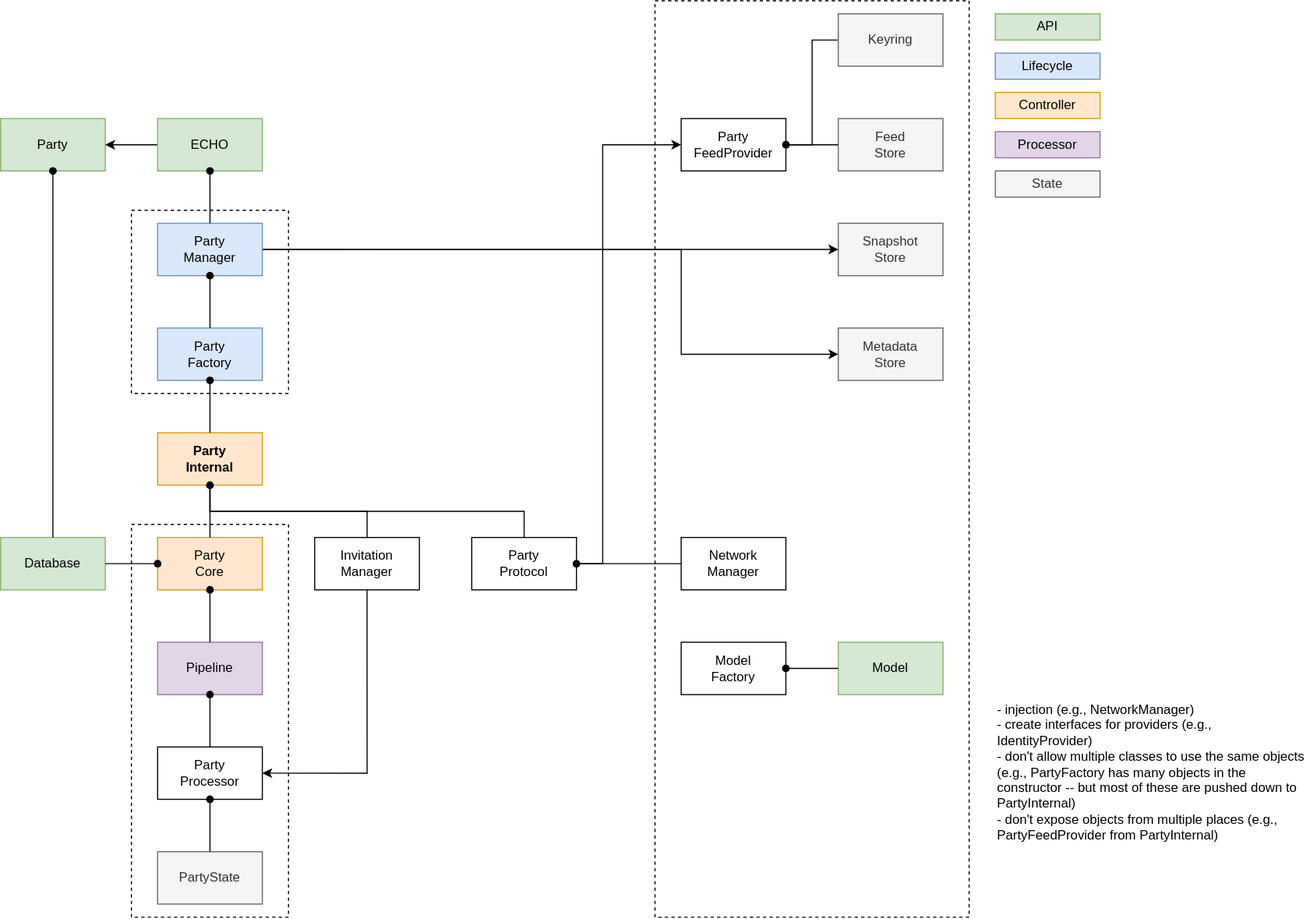
This is docs/assets/diagrams/echo-db.drawio.svg from dxos/dxos, a draw.io export, as it was before one commit. Source tidied: cells renumbered, new cells last; positions are measured from the earlier drawing's top-left corner, leaving out a move shared by most shapes.
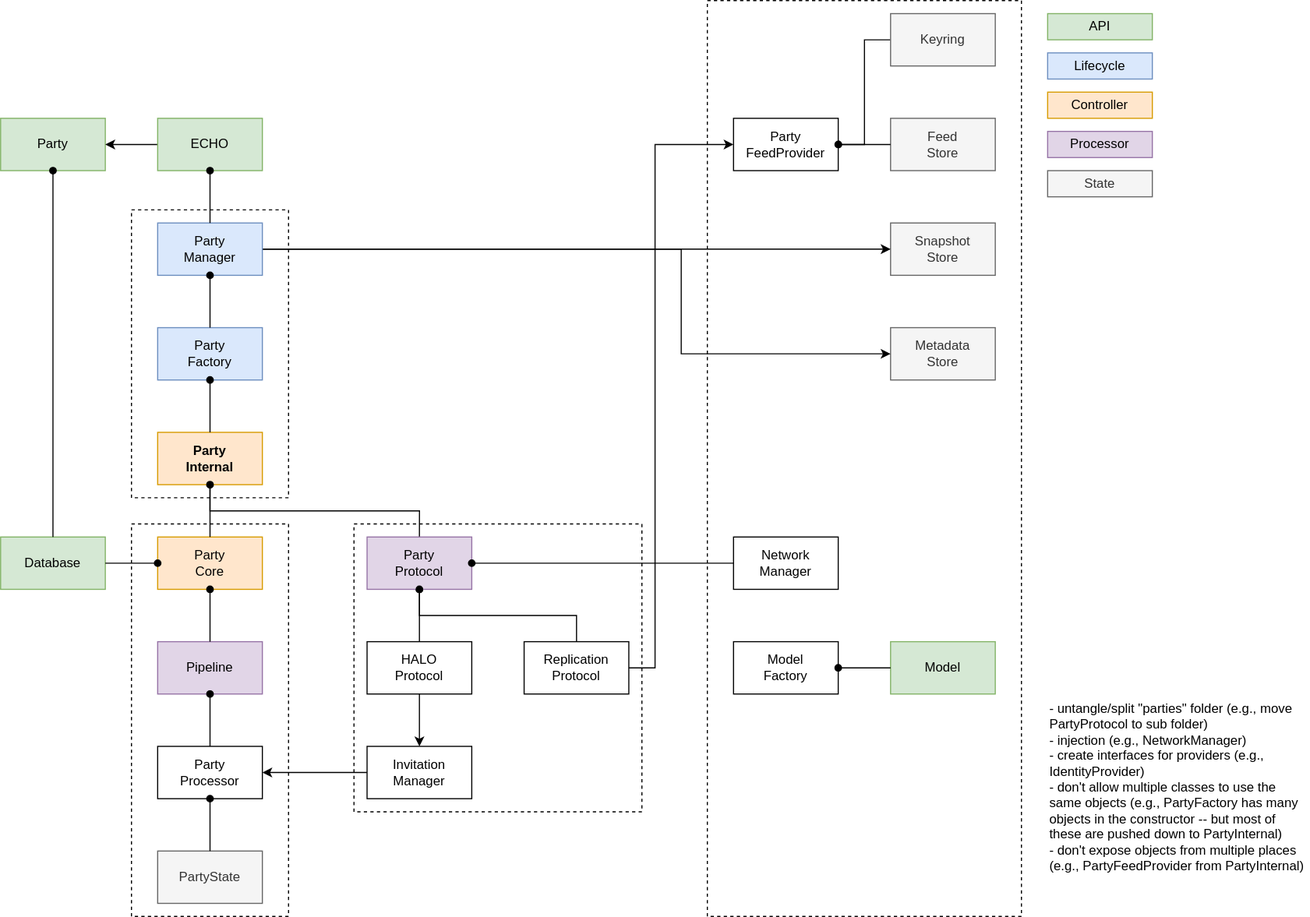
The same file after the commit.

The edit, as a diff of the source:
```diff
@@ -3,16 +3,16 @@
     <mxCell id="0" />
     <mxCell id="1" parent="0" />
     <mxCell id="2" value="Party&lt;br&gt;Core" style="rounded=0;whiteSpace=wrap;html=1;fillColor=#ffe6cc;strokeColor=#d79b00;" parent="1" vertex="1">
-      <mxGeometry x="144" y="492" width="96" height="48" as="geometry" />
+      <mxGeometry x="96" y="492" width="96" height="48" as="geometry" />
     </mxCell>
     <mxCell id="3" value="Database" style="rounded=0;whiteSpace=wrap;html=1;fillColor=#d5e8d4;strokeColor=#82b366;" parent="1" vertex="1">
-      <mxGeometry y="492" width="96" height="48" as="geometry" />
+      <mxGeometry x="-48" y="492" width="96" height="48" as="geometry" />
     </mxCell>
     <mxCell id="4" value="Snapshot&lt;br&gt;Store" style="rounded=0;whiteSpace=wrap;html=1;fillColor=#f5f5f5;fontColor=#333333;strokeColor=#666666;" parent="1" vertex="1">
       <mxGeometry x="768" y="204" width="96" height="48" as="geometry" />
     </mxCell>
     <mxCell id="5" value="Party&lt;br&gt;Processor" style="rounded=0;whiteSpace=wrap;html=1;" parent="1" vertex="1">
-      <mxGeometry x="144" y="684" width="96" height="48" as="geometry" />
+      <mxGeometry x="96" y="684" width="96" height="48" as="geometry" />
     </mxCell>
     <mxCell id="6" style="edgeStyle=orthogonalEdgeStyle;rounded=0;jettySize=auto;html=1;exitX=1;exitY=0.5;exitDx=0;exitDy=0;entryX=0;entryY=0.5;entryDx=0;entryDy=0;startArrow=oval;startFill=1;endArrow=none;endFill=0;" parent="1" edge="1" source="7" target="21">
       <mxGeometry relative="1" as="geometry" />
@@ -21,42 +21,48 @@
       <mxGeometry x="624" y="108" width="96" height="48" as="geometry" />
     </mxCell>
     <mxCell id="8" value="Pipeline" style="rounded=0;whiteSpace=wrap;html=1;fillColor=#e1d5e7;strokeColor=#9673a6;" parent="1" vertex="1">
-      <mxGeometry x="144" y="588" width="96" height="48" as="geometry" />
+      <mxGeometry x="96" y="588" width="96" height="48" as="geometry" />
     </mxCell>
     <mxCell id="9" value="Party" style="rounded=0;whiteSpace=wrap;html=1;fillColor=#d5e8d4;strokeColor=#82b366;" parent="1" vertex="1">
-      <mxGeometry y="108" width="96" height="48" as="geometry" />
+      <mxGeometry x="-48" y="108" width="96" height="48" as="geometry" />
     </mxCell>
     <mxCell id="10" value="Party&lt;br&gt;Factory&lt;br&gt;" style="rounded=0;whiteSpace=wrap;html=1;fillColor=#dae8fc;strokeColor=#6c8ebf;" parent="1" vertex="1">
-      <mxGeometry x="144" y="300" width="96" height="48" as="geometry" />
+      <mxGeometry x="96" y="300" width="96" height="48" as="geometry" />
     </mxCell>
-    <mxCell id="11" style="edgeStyle=orthogonalEdgeStyle;rounded=0;jettySize=auto;html=1;exitX=0.5;exitY=1;exitDx=0;exitDy=0;startArrow=oval;startFill=1;endArrow=none;endFill=0;" parent="1" edge="1" source="13" target="16">
-      <mxGeometry relative="1" as="geometry" />
-    </mxCell>
     <mxCell id="12" style="edgeStyle=orthogonalEdgeStyle;rounded=0;jettySize=auto;html=1;exitX=0.5;exitY=1;exitDx=0;exitDy=0;entryX=0.5;entryY=0;entryDx=0;entryDy=0;startArrow=oval;startFill=1;endArrow=none;endFill=0;" parent="1" edge="1" source="13" target="18">
       <mxGeometry relative="1" as="geometry" />
     </mxCell>
     <mxCell id="13" value="Party&lt;br&gt;Internal" style="rounded=0;whiteSpace=wrap;html=1;fontStyle=1;fillColor=#ffe6cc;strokeColor=#d79b00;" parent="1" vertex="1">
-      <mxGeometry x="144" y="396" width="96" height="48" as="geometry" />
+      <mxGeometry x="96" y="396" width="96" height="48" as="geometry" />
     </mxCell>
     <mxCell id="14" style="edgeStyle=orthogonalEdgeStyle;rounded=0;jettySize=auto;html=1;exitX=0.5;exitY=1;exitDx=0;exitDy=0;startArrow=oval;startFill=1;endArrow=none;endFill=0;" parent="1" edge="1" source="13" target="2">
       <mxGeometry relative="1" as="geometry" />
     </mxCell>
-    <mxCell id="15" style="edgeStyle=orthogonalEdgeStyle;rounded=0;jettySize=auto;html=1;exitX=0.5;exitY=1;exitDx=0;exitDy=0;entryX=1;entryY=0.5;entryDx=0;entryDy=0;startArrow=none;startFill=0;endArrow=classic;endFill=1;" parent="1" edge="1" source="16" target="5">
+    <mxCell id="15" style="edgeStyle=orthogonalEdgeStyle;rounded=0;jettySize=auto;html=1;entryX=1;entryY=0.5;entryDx=0;entryDy=0;startArrow=none;startFill=0;endArrow=classic;endFill=1;" parent="1" edge="1" source="16" target="5">
       <mxGeometry relative="1" as="geometry" />
     </mxCell>
     <mxCell id="16" value="Invitation&lt;br&gt;Manager" style="rounded=0;whiteSpace=wrap;html=1;" parent="1" vertex="1">
-      <mxGeometry x="288" y="492" width="96" height="48" as="geometry" />
+      <mxGeometry x="288" y="684" width="96" height="48" as="geometry" />
     </mxCell>
-    <mxCell id="17" style="edgeStyle=orthogonalEdgeStyle;rounded=0;jettySize=auto;html=1;exitX=1;exitY=0.5;exitDx=0;exitDy=0;entryX=0;entryY=0.5;entryDx=0;entryDy=0;startArrow=none;startFill=0;endArrow=classic;endFill=1;" parent="1" edge="1" source="18" target="7">
+    <mxCell id="17" style="edgeStyle=orthogonalEdgeStyle;rounded=0;jettySize=auto;html=1;entryX=0;entryY=0.5;entryDx=0;entryDy=0;startArrow=none;startFill=0;endArrow=classic;endFill=1;exitX=1;exitY=0.5;exitDx=0;exitDy=0;" parent="1" edge="1" source="54" target="7">
       <mxGeometry relative="1" as="geometry">
         <Array as="points">
-          <mxPoint x="552" y="516" />
+          <mxPoint x="552" y="612" />
           <mxPoint x="552" y="132" />
         </Array>
       </mxGeometry>
     </mxCell>
+    <mxCell id="51" style="edgeStyle=orthogonalEdgeStyle;rounded=0;jettySize=auto;html=1;startArrow=oval;startFill=1;endArrow=none;endFill=0;" parent="1" edge="1" target="54">
+      <mxGeometry relative="1" as="geometry">
+        <mxPoint x="336" y="540" as="sourcePoint" />
+        <Array as="points">
+          <mxPoint x="336" y="564" />
+          <mxPoint x="480" y="564" />
+        </Array>
+      </mxGeometry>
+    </mxCell>
-    <mxCell id="18" value="Party&lt;br&gt;Protocol" style="rounded=0;whiteSpace=wrap;html=1;" parent="1" vertex="1">
-      <mxGeometry x="432" y="492" width="96" height="48" as="geometry" />
+    <mxCell id="18" value="Party&lt;br&gt;Protocol" style="rounded=0;whiteSpace=wrap;html=1;fillColor=#e1d5e7;strokeColor=#9673a6;" parent="1" vertex="1">
+      <mxGeometry x="288" y="492" width="96" height="48" as="geometry" />
     </mxCell>
     <mxCell id="19" value="Network&lt;br&gt;Manager" style="rounded=0;whiteSpace=wrap;html=1;" parent="1" vertex="1">
       <mxGeometry x="624" y="492" width="96" height="48" as="geometry" />
@@ -83,7 +89,7 @@
       <mxGeometry x="624" y="588" width="96" height="48" as="geometry" />
     </mxCell>
     <mxCell id="27" value="PartyState" style="rounded=0;whiteSpace=wrap;html=1;fillColor=#f5f5f5;fontColor=#333333;strokeColor=#666666;" parent="1" vertex="1">
-      <mxGeometry x="144" y="780" width="96" height="48" as="geometry" />
+      <mxGeometry x="96" y="780" width="96" height="48" as="geometry" />
     </mxCell>
     <mxCell id="28" style="edgeStyle=orthogonalEdgeStyle;rounded=0;jettySize=auto;html=1;exitX=0.5;exitY=1;exitDx=0;exitDy=0;entryX=0.5;entryY=0;entryDx=0;entryDy=0;startArrow=oval;startFill=1;endArrow=none;endFill=0;" parent="1" edge="1" source="5" target="27">
       <mxGeometry relative="1" as="geometry" />
@@ -115,19 +121,19 @@
     <mxCell id="37" style="edgeStyle=orthogonalEdgeStyle;rounded=0;jettySize=auto;html=1;exitX=1;exitY=0.5;exitDx=0;exitDy=0;entryX=0;entryY=0.5;entryDx=0;entryDy=0;startArrow=none;startFill=0;endArrow=classic;endFill=1;" parent="1" edge="1" source="38" target="20">
       <mxGeometry relative="1" as="geometry">
         <Array as="points">
-          <mxPoint x="624" y="228" />
-          <mxPoint x="624" y="324" />
+          <mxPoint x="576" y="228" />
+          <mxPoint x="576" y="324" />
         </Array>
       </mxGeometry>
     </mxCell>
     <mxCell id="38" value="Party&lt;br&gt;Manager" style="rounded=0;whiteSpace=wrap;html=1;fillColor=#dae8fc;strokeColor=#6c8ebf;" parent="1" vertex="1">
-      <mxGeometry x="144" y="204" width="96" height="48" as="geometry" />
+      <mxGeometry x="96" y="204" width="96" height="48" as="geometry" />
     </mxCell>
     <mxCell id="39" style="edgeStyle=orthogonalEdgeStyle;rounded=0;jettySize=auto;html=1;exitX=0;exitY=0.5;exitDx=0;exitDy=0;entryX=1;entryY=0.5;entryDx=0;entryDy=0;startArrow=none;startFill=0;endArrow=classic;endFill=1;" parent="1" edge="1" source="40" target="9">
       <mxGeometry relative="1" as="geometry" />
     </mxCell>
     <mxCell id="40" value="ECHO" style="rounded=0;whiteSpace=wrap;html=1;fillColor=#d5e8d4;strokeColor=#82b366;" parent="1" vertex="1">
-      <mxGeometry x="144" y="108" width="96" height="48" as="geometry" />
+      <mxGeometry x="96" y="108" width="96" height="48" as="geometry" />
     </mxCell>
     <mxCell id="41" style="edgeStyle=orthogonalEdgeStyle;rounded=0;jettySize=auto;html=1;startArrow=oval;startFill=1;endArrow=none;endFill=0;" parent="1" edge="1" source="40" target="38">
       <mxGeometry relative="1" as="geometry" />
@@ -144,20 +150,35 @@
     <mxCell id="45" style="edgeStyle=orthogonalEdgeStyle;rounded=0;jettySize=auto;html=1;exitX=1;exitY=0.5;exitDx=0;exitDy=0;startArrow=oval;startFill=1;endArrow=none;endFill=0;" parent="1" edge="1" source="18" target="19">
       <mxGeometry relative="1" as="geometry" />
     </mxCell>
-    <mxCell id="46" value="- injection (e.g., NetworkManager)&lt;br&gt;- create interfaces for providers (e.g., IdentityProvider)&lt;br&gt;- don't allow multiple classes to use the same objects (e.g., PartyFactory has many objects in the constructor -- but most of these are pushed down to PartyInternal)&lt;br&gt;- don't expose objects from multiple places (e.g., PartyFeedProvider from PartyInternal)" style="rounded=0;whiteSpace=wrap;html=1;fillColor=none;align=left;verticalAlign=top;strokeColor=none;" parent="1" vertex="1">
-      <mxGeometry x="912" y="636" width="288" height="192" as="geometry" />
+    <mxCell id="46" value="- untangle/split &quot;parties&quot; folder (e.g., move PartyProtocol to sub folder)&lt;br&gt;- injection (e.g., NetworkManager)&lt;br&gt;- create interfaces for providers (e.g., IdentityProvider)&lt;br&gt;- don't allow multiple classes to use the same objects (e.g., PartyFactory has many objects in the constructor -- but most of these are pushed down to PartyInternal)&lt;br&gt;- don't expose objects from multiple places (e.g., PartyFeedProvider from PartyInternal)" style="rounded=0;whiteSpace=wrap;html=1;fillColor=none;align=left;verticalAlign=top;strokeColor=none;" parent="1" vertex="1">
+      <mxGeometry x="912" y="636" width="240" height="192" as="geometry" />
     </mxCell>
     <mxCell id="47" value="Controller" style="rounded=0;whiteSpace=wrap;html=1;fillColor=#ffe6cc;strokeColor=#d79b00;" parent="1" vertex="1">
       <mxGeometry x="912" y="84" width="96" height="24" as="geometry" />
     </mxCell>
     <mxCell id="48" style="rounded=0;whiteSpace=wrap;html=1;dashed=1;fillColor=none;" parent="1" vertex="1">
-      <mxGeometry x="120" y="192" width="144" height="168" as="geometry" />
+      <mxGeometry x="72" y="192" width="144" height="264" as="geometry" />
     </mxCell>
     <mxCell id="49" style="rounded=0;whiteSpace=wrap;html=1;dashed=1;fillColor=none;" parent="1" vertex="1">
       <mxGeometry x="600" width="288" height="840" as="geometry" />
     </mxCell>
     <mxCell id="50" style="rounded=0;whiteSpace=wrap;html=1;dashed=1;fillColor=none;" parent="1" vertex="1">
-      <mxGeometry x="120" y="480" width="144" height="360" as="geometry" />
+      <mxGeometry x="72" y="480" width="144" height="360" as="geometry" />
     </mxCell>
+    <mxCell id="52" style="edgeStyle=orthogonalEdgeStyle;rounded=0;jettySize=auto;html=1;exitX=0.5;exitY=1;exitDx=0;exitDy=0;startArrow=none;startFill=0;endArrow=classic;endFill=1;" parent="1" edge="1" source="53" target="16">
+      <mxGeometry relative="1" as="geometry" />
+    </mxCell>
+    <mxCell id="53" value="HALO&lt;br&gt;Protocol" style="rounded=0;whiteSpace=wrap;html=1;" parent="1" vertex="1">
+      <mxGeometry x="288" y="588" width="96" height="48" as="geometry" />
+    </mxCell>
+    <mxCell id="54" value="Replication&lt;br&gt;Protocol" style="rounded=0;whiteSpace=wrap;html=1;" parent="1" vertex="1">
+      <mxGeometry x="432" y="588" width="96" height="48" as="geometry" />
+    </mxCell>
+    <mxCell id="55" style="edgeStyle=orthogonalEdgeStyle;rounded=0;jettySize=auto;html=1;exitX=0.5;exitY=1;exitDx=0;exitDy=0;startArrow=oval;startFill=1;endArrow=none;endFill=0;" parent="1" edge="1" source="18" target="53">
+      <mxGeometry relative="1" as="geometry" />
+    </mxCell>
+    <mxCell id="56" style="rounded=0;whiteSpace=wrap;html=1;dashed=1;fillColor=none;" parent="1" vertex="1">
+      <mxGeometry x="276" y="480" width="264" height="264" as="geometry" />
+    </mxCell>
   </root>
 </mxGraphModel>
```
